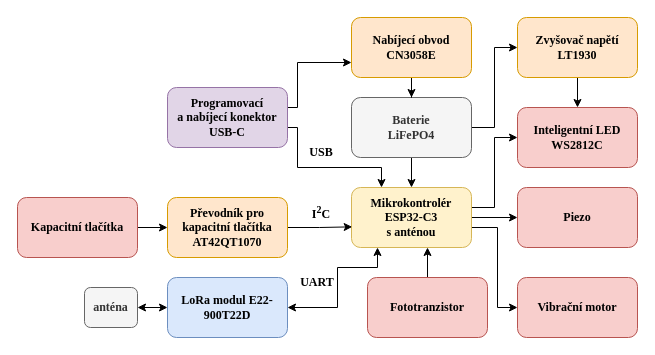
This is text/obrazky/blokove_schema_finalni_verze.drawio from renata7zemanova/Semafor, a draw.io file, before an edit. Source tidied: cells renumbered, new cells numbered last; positions are measured from the earlier drawing's top-left corner, leaving out a move shared by most shapes. Both pictures are drawn from the tidied source at 100%, with x=0, y=0 at pixel (17, 17).
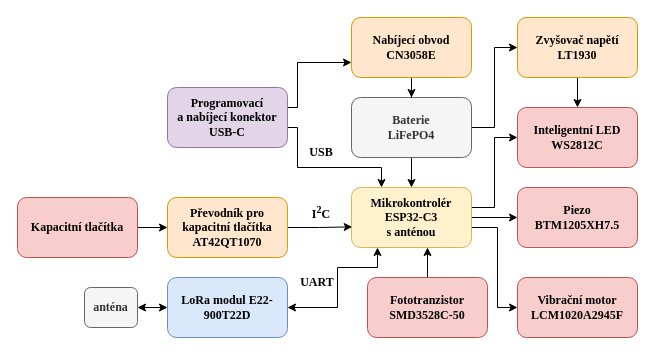
After the change.

Diff of the diagram source:
```diff
@@
-    <mxCell id="16" value="Piezo" style="rounded=1;whiteSpace=wrap;html=1;fontStyle=1;fillColor=#f8cecc;strokeColor=#b85450;fontFamily=Times New Roman;" parent="1" vertex="1">
+    <mxCell id="16" value="&lt;div&gt;Piezo &lt;br&gt;&lt;/div&gt;&lt;div&gt;BTM1205XH7.5&lt;/div&gt;" style="rounded=1;whiteSpace=wrap;html=1;fontStyle=1;fillColor=#f8cecc;strokeColor=#b85450;fontFamily=Times New Roman;" parent="1" vertex="1">
       <mxGeometry x="500" y="170" width="120" height="60" as="geometry" />
     </mxCell>
@@
-    <mxCell id="23" value="Vibrační motor" style="rounded=1;whiteSpace=wrap;html=1;fontStyle=1;fillColor=#f8cecc;strokeColor=#b85450;fontFamily=Times New Roman;" parent="1" vertex="1">
+    <mxCell id="23" value="Vibrační motor LCM1020A2945F" style="rounded=1;whiteSpace=wrap;html=1;fontStyle=1;fillColor=#f8cecc;strokeColor=#b85450;fontFamily=Times New Roman;" parent="1" vertex="1">
       <mxGeometry x="500" y="260" width="120" height="60" as="geometry" />
     </mxCell>
@@
-    <mxCell id="31" value="Fototranzistor" style="rounded=1;whiteSpace=wrap;html=1;fontStyle=1;fillColor=#f8cecc;strokeColor=#b85450;fontFamily=Times New Roman;" parent="1" vertex="1">
+    <mxCell id="31" value="Fototranzistor SMD3528C-50" style="rounded=1;whiteSpace=wrap;html=1;fontStyle=1;fillColor=#f8cecc;strokeColor=#b85450;fontFamily=Times New Roman;" parent="1" vertex="1">
       <mxGeometry x="350" y="260" width="120" height="60" as="geometry" />
     </mxCell>
```
